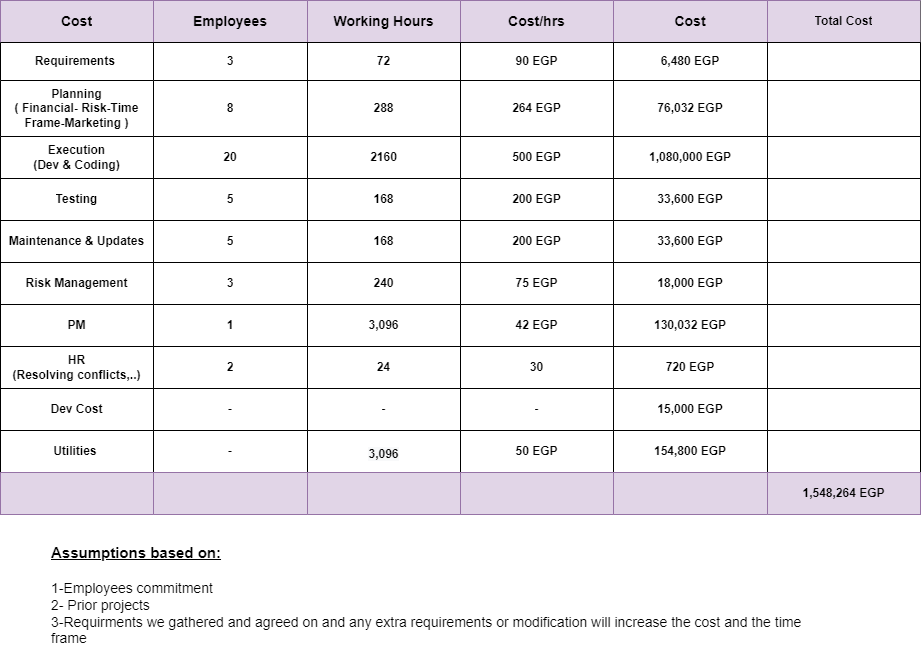
Before: Assumptions/Assumptions.png, a diagram exported from draw.io (youmna3/PM-Tasks). Source tidied: cells renumbered, new cells last; positions are measured from the earlier drawing's top-left corner, leaving out a move shared by most shapes.
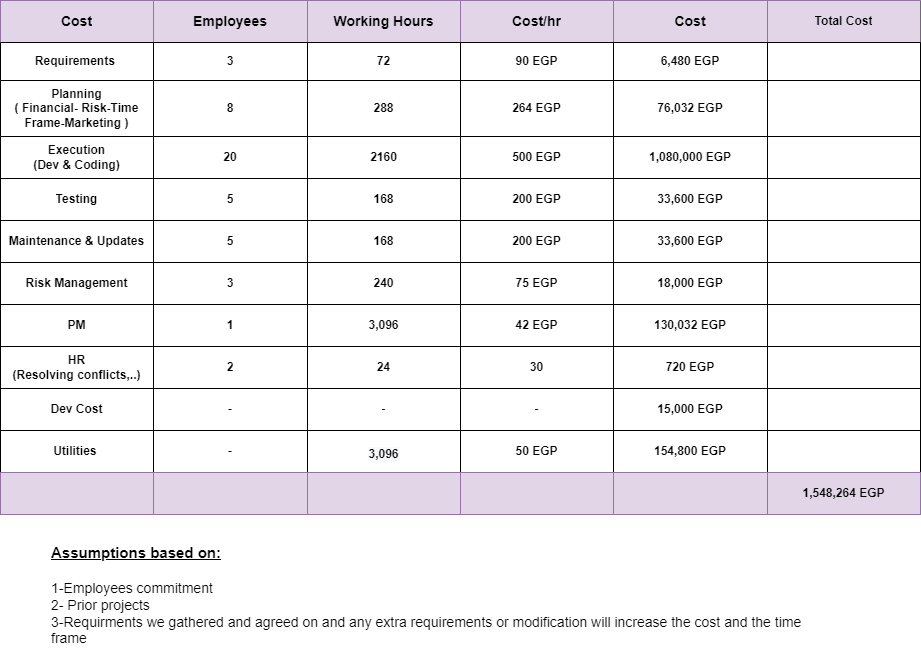
After the commit.

Diff of the diagram source:
```diff
@@ -17,7 +17,7 @@
     <mxCell id="6" value="&lt;b&gt;&lt;font style=&quot;font-size: 14px;&quot;&gt;Working Hours&lt;/font&gt;&lt;/b&gt;" style="shape=partialRectangle;html=1;whiteSpace=wrap;overflow=hidden;fillColor=#e1d5e7;top=1;left=1;bottom=0;right=0;strokeColor=#9673a6;" parent="3" vertex="1">
       <mxGeometry x="307" width="153" height="42" as="geometry" />
     </mxCell>
-    <mxCell id="7" value="&lt;b&gt;&lt;font style=&quot;font-size: 14px;&quot;&gt;Cost/hrs&lt;/font&gt;&lt;/b&gt;" style="shape=partialRectangle;html=1;whiteSpace=wrap;overflow=hidden;fillColor=#e1d5e7;top=1;left=1;bottom=0;right=0;strokeColor=#9673a6;" parent="3" vertex="1">
+    <mxCell id="7" value="&lt;b&gt;&lt;font style=&quot;font-size: 14px;&quot;&gt;Cost/hr&lt;/font&gt;&lt;/b&gt;" style="shape=partialRectangle;html=1;whiteSpace=wrap;overflow=hidden;fillColor=#e1d5e7;top=1;left=1;bottom=0;right=0;strokeColor=#9673a6;" parent="3" vertex="1">
       <mxGeometry x="460" width="153" height="42" as="geometry" />
     </mxCell>
     <mxCell id="8" value="&lt;b&gt;&lt;font style=&quot;font-size: 14px;&quot;&gt;Cost&lt;/font&gt;&lt;/b&gt;" style="shape=partialRectangle;html=1;whiteSpace=wrap;overflow=hidden;fillColor=#e1d5e7;top=1;left=1;bottom=0;right=0;strokeColor=#9673a6;" parent="3" vertex="1">
```
